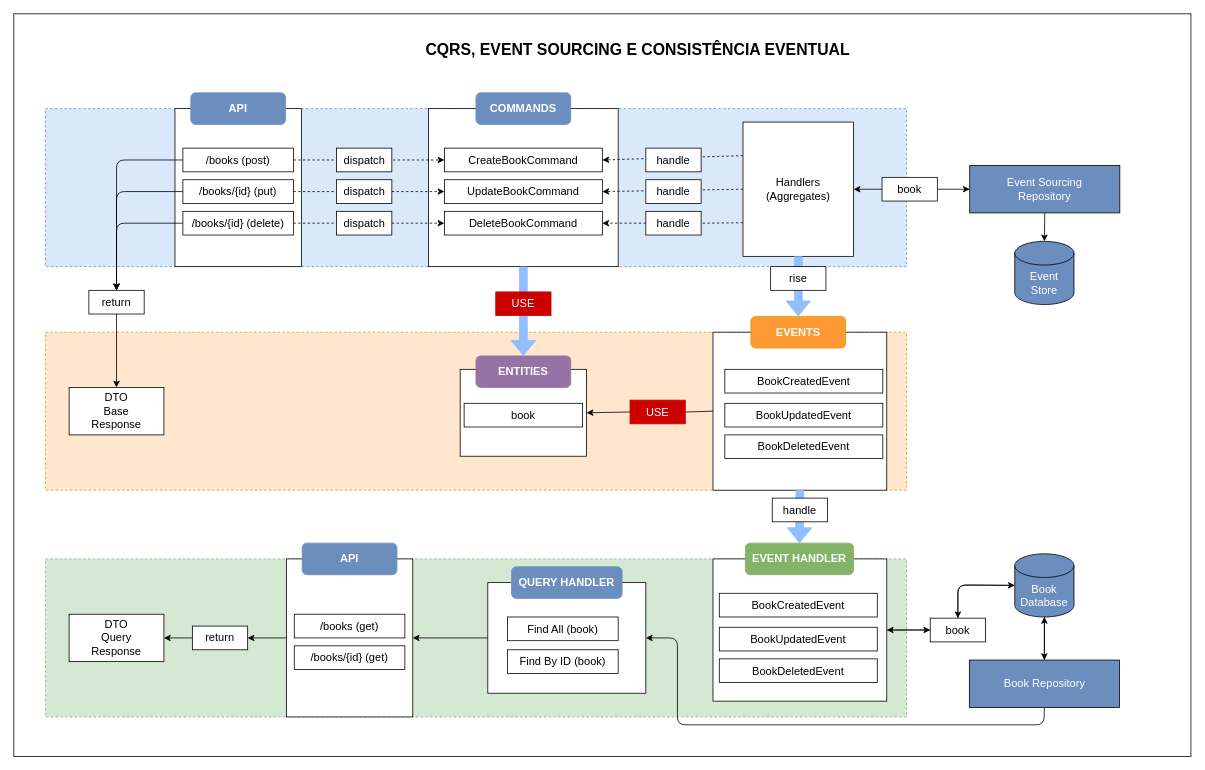
This is docs/drawings/solution-diagram.drawio from mmendespro/spring-cqrs-cap-example, a draw.io file, before an edit. Source tidied: cells renumbered, new cells numbered last; positions are measured from the earlier drawing's top-left corner, leaving out a move shared by most shapes. Both pictures are drawn from the tidied source at 79%, with x=0, y=0 at pixel (13, 13).
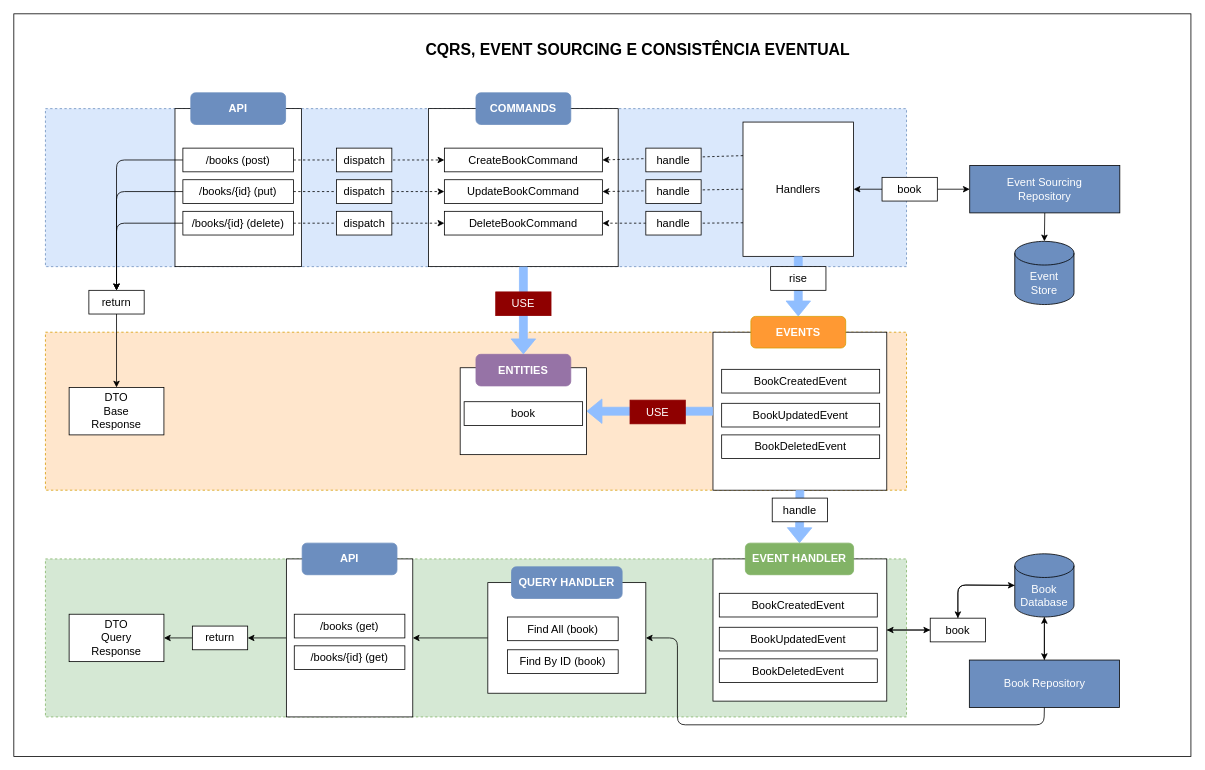
The same diagram, later.

The change refers to these unchanged cells:
```xml
<mxCell id="44" style="rounded=0;whiteSpace=wrap;html=1;" parent="1" vertex="1">
  <mxGeometry x="885" y="403" width="220" height="200" as="geometry" />
</mxCell>
```

Diff of the diagram source:
```diff
@@
-    <mxCell id="32" value="Handlers&lt;br&gt;(Aggregates)" style="rounded=0;whiteSpace=wrap;html=1;fontSize=14;" parent="1" vertex="1">
+    <mxCell id="32" value="Handlers" style="rounded=0;whiteSpace=wrap;html=1;fontSize=14;" parent="1" vertex="1">
       <mxGeometry x="923" y="137" width="140" height="170" as="geometry" />
     </mxCell>
@@
-    <mxCell id="43" style="edgeStyle=none;html=1;exitX=0;exitY=0.5;exitDx=0;exitDy=0;entryX=1;entryY=0.5;entryDx=0;entryDy=0;strokeColor=#000000;fontSize=14;fontColor=#FFFFFF;fillColor=#90BEFF;startArrow=none;" parent="1" edge="1" source="57" target="51">
-      <mxGeometry relative="1" as="geometry" />
-    </mxCell>
@@
     <mxCell id="46" value="BookCreatedEvent" style="rounded=0;whiteSpace=wrap;html=1;fontSize=14;" parent="1" vertex="1">
-      <mxGeometry x="900" y="450" width="200" height="30" as="geometry" />
+      <mxGeometry x="896" y="450" width="200" height="30" as="geometry" />
     </mxCell>
     <mxCell id="47" value="BookUpdatedEvent" style="rounded=0;whiteSpace=wrap;html=1;fontSize=14;" parent="1" vertex="1">
-      <mxGeometry x="900" y="493" width="200" height="30" as="geometry" />
+      <mxGeometry x="896" y="493" width="200" height="30" as="geometry" />
     </mxCell>
     <mxCell id="48" value="BookDeletedEvent" style="rounded=0;whiteSpace=wrap;html=1;fontSize=14;" parent="1" vertex="1">
-      <mxGeometry x="900" y="533" width="200" height="30" as="geometry" />
+      <mxGeometry x="896" y="533" width="200" height="30" as="geometry" />
     </mxCell>
@@
     <mxCell id="51" style="rounded=0;whiteSpace=wrap;html=1;" parent="1" vertex="1">
-      <mxGeometry x="565" y="450" width="160" height="110" as="geometry" />
+      <mxGeometry x="565" y="448" width="160" height="110" as="geometry" />
     </mxCell>
     <mxCell id="52" value="&lt;b&gt;ENTITIES&lt;/b&gt;" style="rounded=1;whiteSpace=wrap;html=1;fillColor=#9673A6;strokeColor=#9673a6;fontSize=14;fontColor=#FFFFFF;" parent="1" vertex="1">
-      <mxGeometry x="585" y="433" width="120" height="40" as="geometry" />
+      <mxGeometry x="585" y="431" width="120" height="40" as="geometry" />
     </mxCell>
     <mxCell id="53" value="book" style="rounded=0;whiteSpace=wrap;html=1;fontSize=14;" parent="1" vertex="1">
-      <mxGeometry x="570" y="493" width="150" height="30" as="geometry" />
+      <mxGeometry x="570" y="491" width="150" height="30" as="geometry" />
     </mxCell>
@@
-    <mxCell id="55" value="USE" style="rounded=0;whiteSpace=wrap;html=1;fontSize=14;fillColor=#CC0000;strokeColor=#CC0000;fontColor=#FFFFFF;" parent="1" vertex="1">
+    <mxCell id="55" value="USE" style="rounded=0;whiteSpace=wrap;html=1;fontSize=14;fillColor=#8F0000;strokeColor=#8F0000;fontColor=#FFFFFF;" parent="1" vertex="1">
       <mxGeometry x="610" y="352" width="70" height="30" as="geometry" />
     </mxCell>
-    <mxCell id="56" style="edgeStyle=none;html=1;exitX=0;exitY=0.5;exitDx=0;exitDy=0;entryX=1;entryY=0.5;entryDx=0;entryDy=0;strokeColor=#000000;fontSize=14;fontColor=#FFFFFF;fillColor=#90BEFF;endArrow=none;" parent="1" edge="1" source="44" target="57">
-      <mxGeometry relative="1" as="geometry" />
-    </mxCell>
-    <mxCell id="57" value="USE" style="rounded=0;whiteSpace=wrap;html=1;fontSize=14;fillColor=#CC0000;strokeColor=#CC0000;fontColor=#FFFFFF;" parent="1" vertex="1">
-      <mxGeometry x="780" y="489" width="70" height="30" as="geometry" />
-    </mxCell>
@@
+    <mxCell id="90" style="shape=flexArrow;endArrow=classic;html=1;fontSize=14;fontColor=#FFFFFF;exitX=0;exitY=0.5;exitDx=0;exitDy=0;entryX=1;entryY=0.5;entryDx=0;entryDy=0;fillColor=#90BEFF;strokeColor=#90BEFF;" parent="1" edge="1" source="44" target="51">
+      <mxGeometry relative="1" as="geometry" />
+    </mxCell>
+    <mxCell id="57" value="USE" style="rounded=0;whiteSpace=wrap;html=1;fontSize=14;fillColor=#8F0000;strokeColor=#8F0000;fontColor=#FFFFFF;" parent="1" vertex="1">
+      <mxGeometry x="780" y="489" width="70" height="30" as="geometry" />
+    </mxCell>
```
